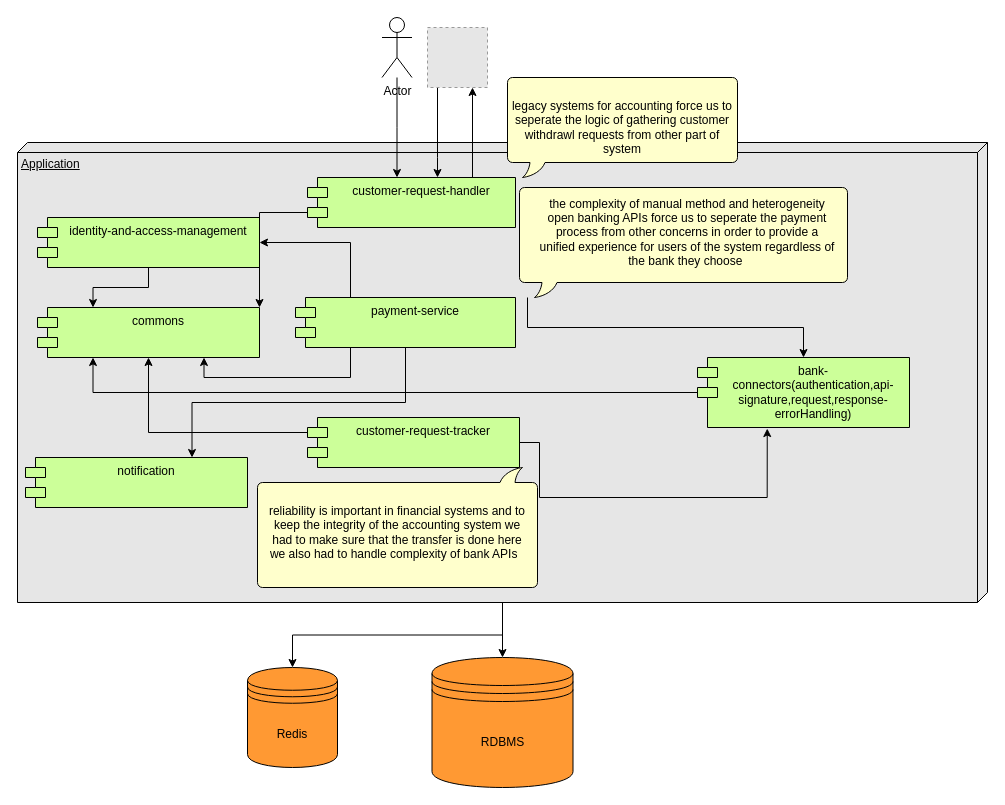
Above: image/Untitled Diagram.drawio in shakerdonyavi/wallet (draw.io), before the change. Source tidied: cells renumbered, new cells numbered last; positions are measured from the earlier drawing's top-left corner, leaving out a move shared by most shapes. Both pictures are drawn from the tidied source at 100%, with x=0, y=0 at pixel (17, 17). Pictures stored in the file or linked from it are replaced by grey dashed boxes.
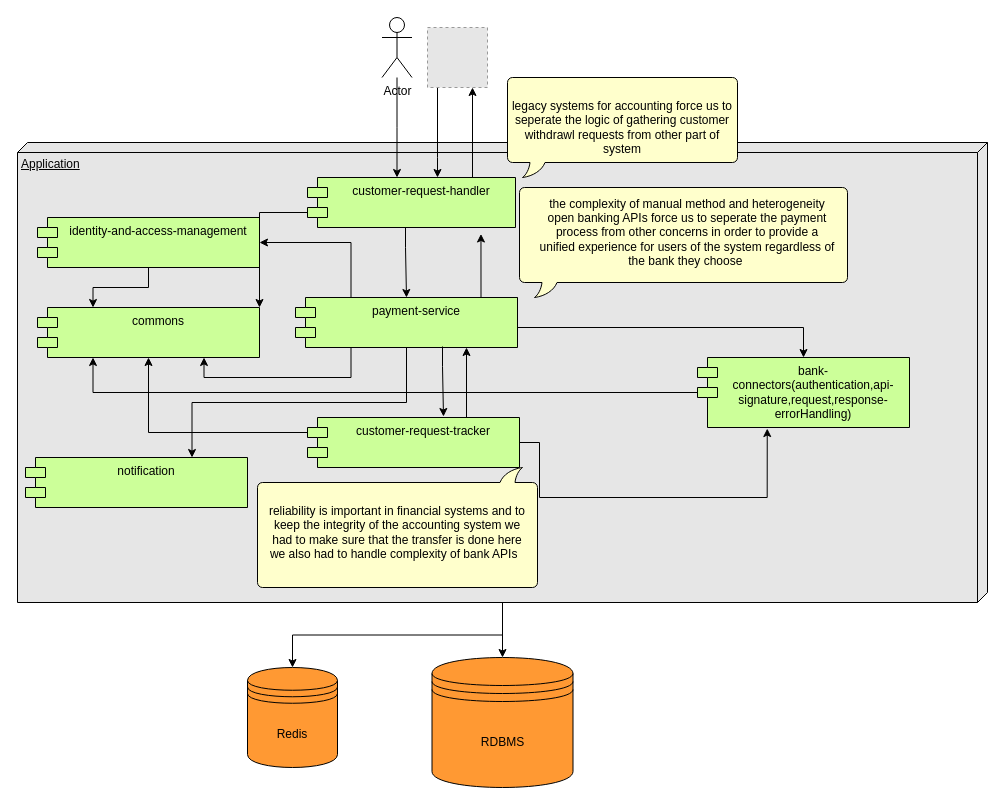
The same page after the edit.

The change refers to these unchanged cells:
```xml
<mxCell id="7" value="customer-request-tracker" style="shape=module;align=left;spacingLeft=20;align=center;verticalAlign=top;whiteSpace=wrap;html=1;fillColor=#CCFF99;" parent="1" vertex="1">
  <mxGeometry x="290" y="400" width="212" height="50" as="geometry" />
</mxCell>
<mxCell id="18" value="bank-connectors(authentication,api-signature,request,response-errorHandling)" style="shape=module;align=left;spacingLeft=20;align=center;verticalAlign=top;whiteSpace=wrap;html=1;fillColor=#CCFF99;" parent="1" vertex="1">
  <mxGeometry x="680" y="340" width="212" height="70" as="geometry" />
</mxCell>
<mxCell id="21" value="customer-request-handler&lt;br&gt;" style="shape=module;align=left;spacingLeft=20;align=center;verticalAlign=top;whiteSpace=wrap;html=1;fillColor=#CCFF99;" parent="1" vertex="1">
  <mxGeometry x="290" y="160" width="208" height="50" as="geometry" />
</mxCell>
<mxCell id="29" style="whiteSpace=wrap;html=1;shape=mxgraph.basic.roundRectCallout;dx=30;dy=15;size=5;boundedLbl=1;fillColor=#FFFFCC;" parent="1" vertex="1">
  <mxGeometry x="502" y="170" width="328" height="110" as="geometry" />
</mxCell>
```

What changed in the source:
```diff
@@
+    <mxCell id="34" style="edgeStyle=orthogonalEdgeStyle;rounded=0;jettySize=auto;html=1;exitX=0.75;exitY=0;exitDx=0;exitDy=0;" parent="1" edge="1" source="7">
+      <mxGeometry relative="1" as="geometry">
+        <mxPoint x="449" y="330" as="targetPoint" />
+      </mxGeometry>
+    </mxCell>
@@
-    <mxCell id="12" style="edgeStyle=orthogonalEdgeStyle;rounded=0;jettySize=auto;html=1;entryX=0.5;entryY=0;entryDx=0;entryDy=0;" parent="1" edge="1" source="29" target="18">
+    <mxCell id="12" style="edgeStyle=orthogonalEdgeStyle;rounded=0;jettySize=auto;html=1;entryX=0.5;entryY=0;entryDx=0;entryDy=0;exitX=1;exitY=0;exitDx=0;exitDy=0;" parent="1" edge="1" source="16" target="18">
       <mxGeometry relative="1" as="geometry">
         <Array as="points">
-          <mxPoint x="510" y="310" />
+          <mxPoint x="500" y="280" />
+          <mxPoint x="500" y="310" />
           <mxPoint x="786" y="310" />
         </Array>
       </mxGeometry>
     </mxCell>
@@
     <mxCell id="16" value="payment-service&lt;br&gt;" style="shape=module;align=left;spacingLeft=20;align=center;verticalAlign=top;whiteSpace=wrap;html=1;fillColor=#CCFF99;" parent="1" vertex="1">
-      <mxGeometry x="278" y="280" width="220" height="50" as="geometry" />
+      <mxGeometry x="278" y="280" width="222" height="50" as="geometry" />
     </mxCell>
@@
+    <mxCell id="35" style="edgeStyle=orthogonalEdgeStyle;rounded=0;jettySize=auto;html=1;entryX=0.5;entryY=0;entryDx=0;entryDy=0;" parent="1" edge="1" source="21" target="16">
+      <mxGeometry relative="1" as="geometry">
+        <Array as="points">
+          <mxPoint x="388" y="230" />
+          <mxPoint x="388" y="230" />
+        </Array>
+      </mxGeometry>
+    </mxCell>
@@
+    <mxCell id="36" style="edgeStyle=orthogonalEdgeStyle;rounded=0;jettySize=auto;html=1;exitX=0.75;exitY=0;exitDx=0;exitDy=0;entryX=0.834;entryY=1.13;entryDx=0;entryDy=0;entryPerimeter=0;" parent="1" edge="1" source="16" target="21">
+      <mxGeometry relative="1" as="geometry">
+        <Array as="points">
+          <mxPoint x="463" y="280" />
+        </Array>
+      </mxGeometry>
+    </mxCell>
+    <mxCell id="37" style="edgeStyle=orthogonalEdgeStyle;rounded=0;orthogonalLoop=1;jettySize=auto;html=1;entryX=0.5;entryY=0;entryDx=0;entryDy=0;" parent="1" edge="1">
+      <mxGeometry relative="1" as="geometry">
+        <mxPoint x="425" y="329" as="sourcePoint" />
+        <mxPoint x="426" y="399" as="targetPoint" />
+        <Array as="points">
+          <mxPoint x="425" y="349" />
+          <mxPoint x="425" y="349" />
+        </Array>
+      </mxGeometry>
+    </mxCell>
```
